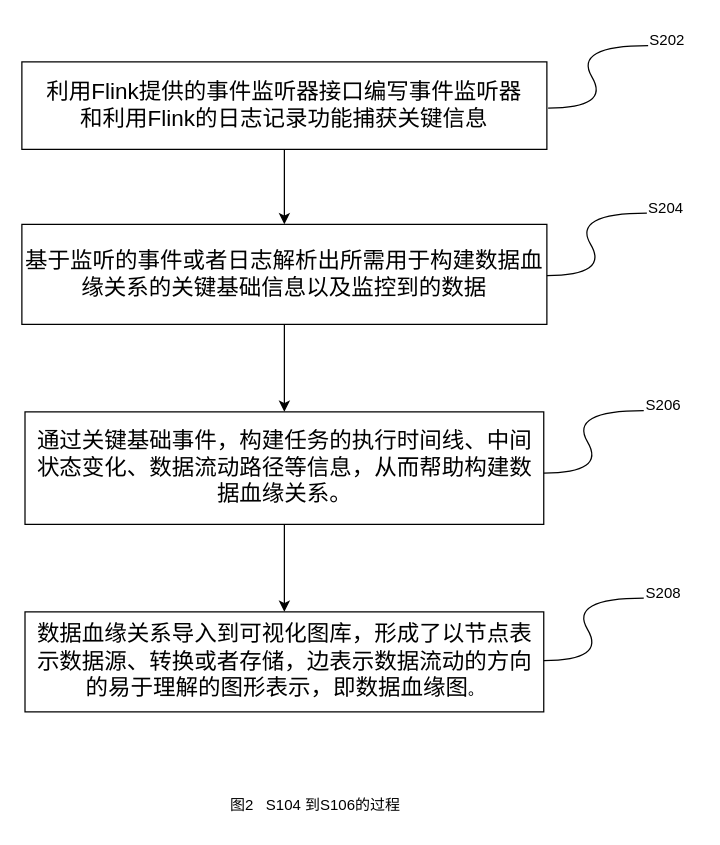
Before: page "第 2 页" (2 of 3) of xueyuan.drawio in Colin007/diagrams, a draw.io diagram. Source tidied: cells renumbered, new cells numbered last; positions are measured from the earlier drawing's top-left corner, leaving out a move shared by most shapes. Both pictures are drawn from the tidied source at 125%, with x=0, y=0 at pixel (21, 21).
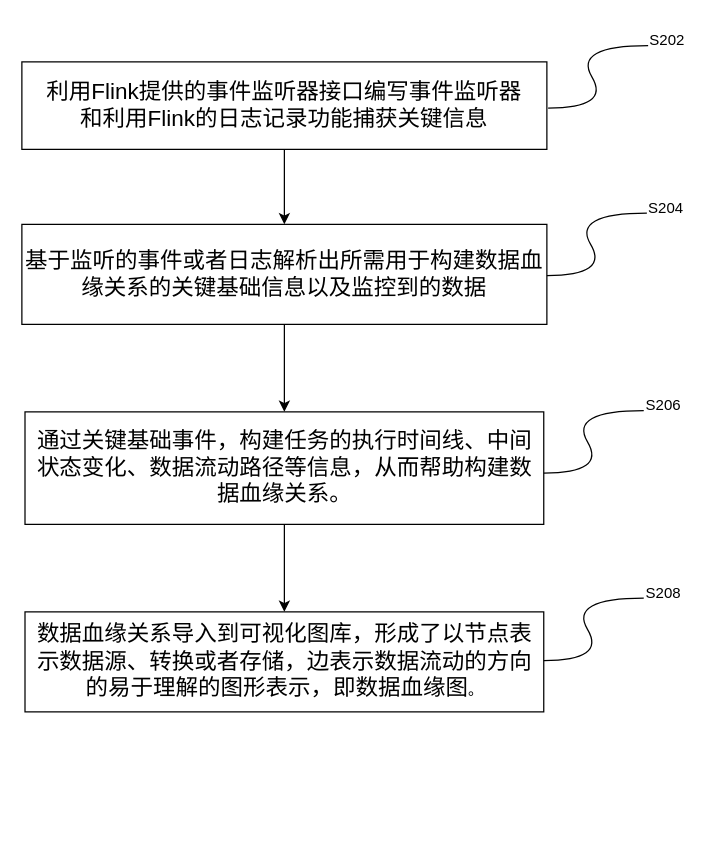
The same page after the edit.

The edit, as a diff of the source:
```diff
@@
-    <mxCell id="9" value="图2&amp;nbsp; &amp;nbsp;S104 到S106的过程" style="text;html=1;strokeColor=none;fillColor=none;align=center;verticalAlign=middle;whiteSpace=wrap;rounded=0;" parent="1" vertex="1">
-      <mxGeometry x="160" y="612" width="150" height="30" as="geometry" />
-    </mxCell>
```
